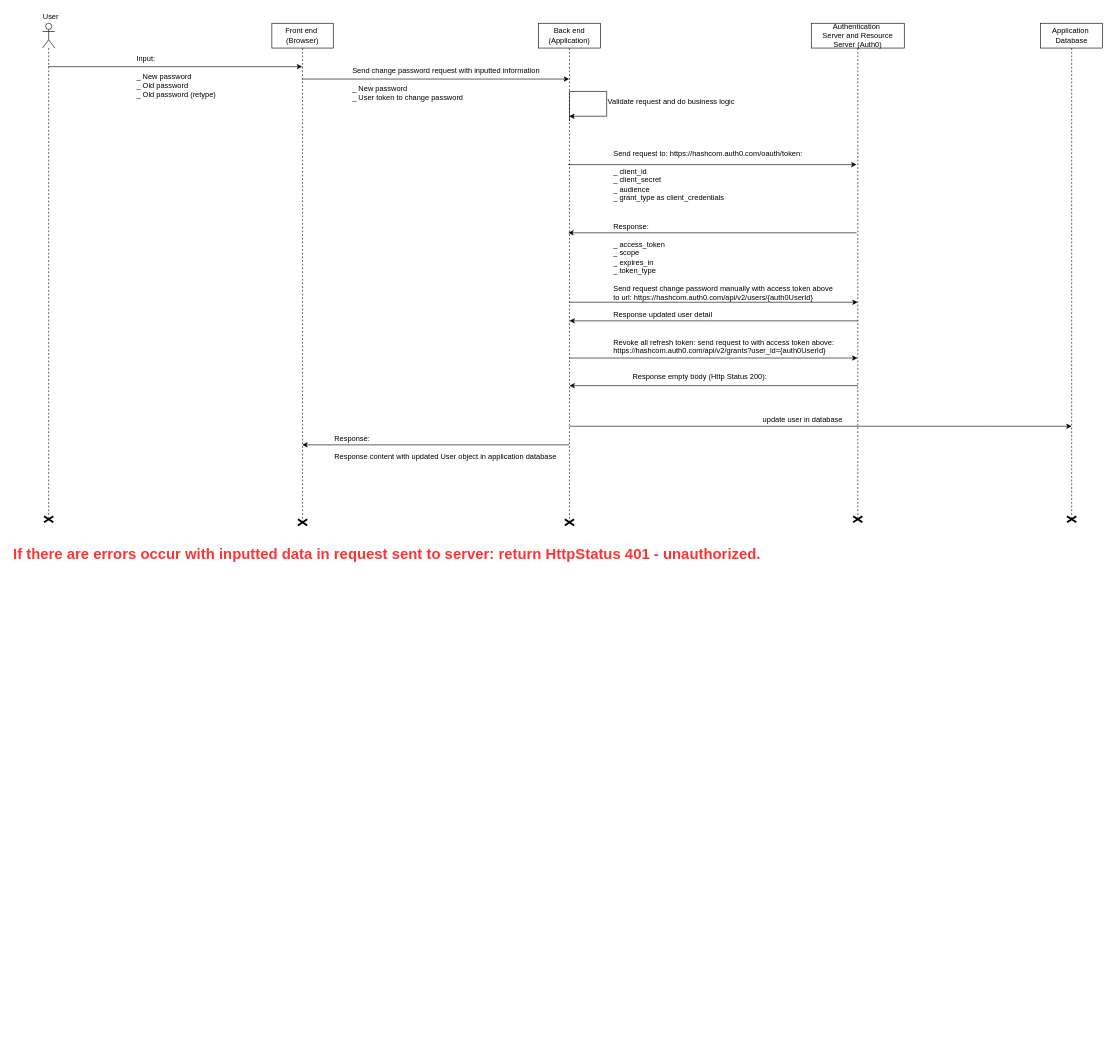
Before: change-password.drawio in quocq6hcm/HeHeHe, a draw.io diagram. Source tidied: cells renumbered, new cells numbered last; positions are measured from the earlier drawing's top-left corner, leaving out a move shared by most shapes. Both pictures are drawn from the tidied source at 62%, with x=0, y=0 at pixel (12, 11).
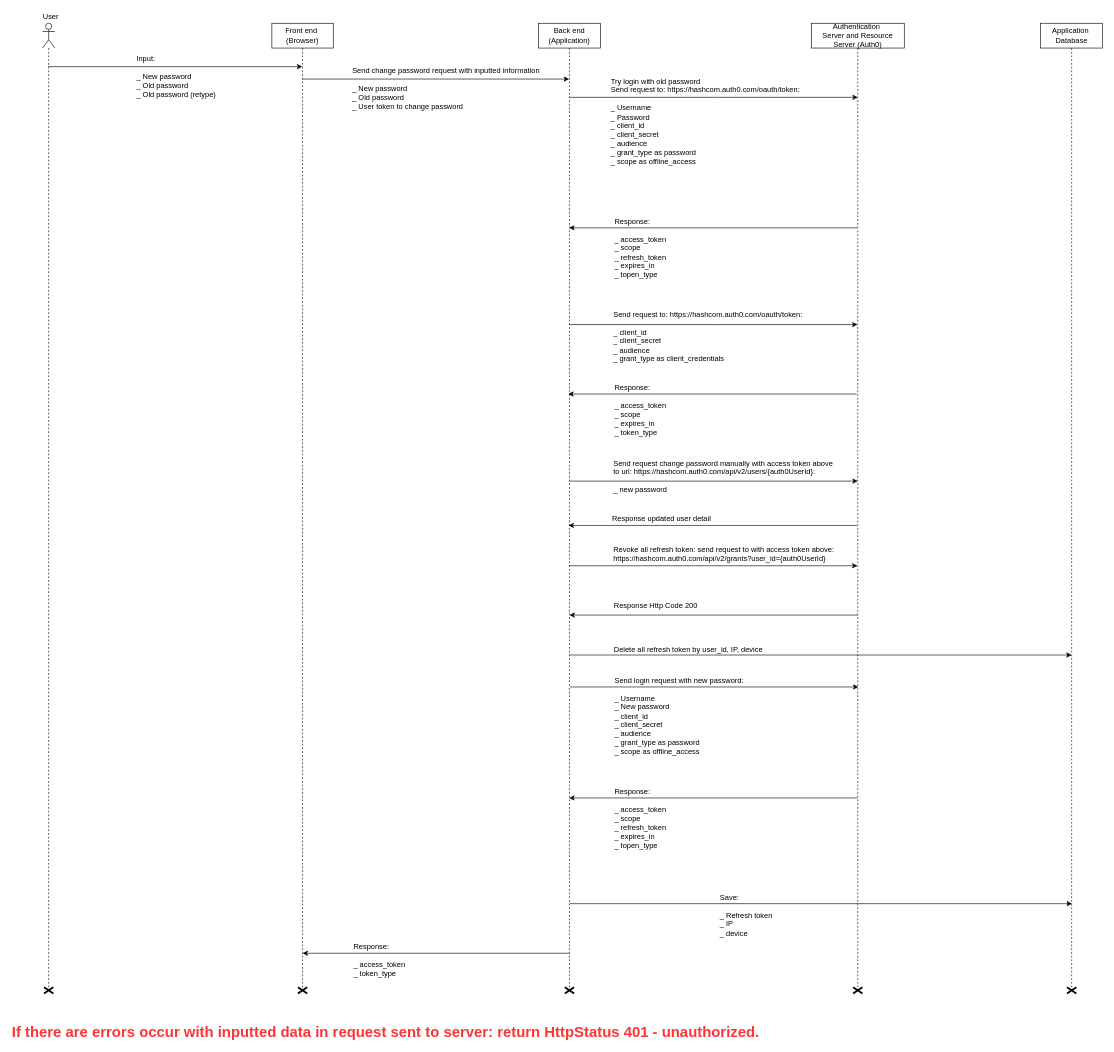
After the change.

The edit, as a diff of the source:
```diff
@@
     <mxCell id="3" value="Front end&amp;nbsp;&lt;br&gt;(Browser)&lt;br&gt;" style="shape=umlLifeline;perimeter=lifelinePerimeter;whiteSpace=wrap;html=1;outlineConnect=0;" parent="1" vertex="1">
-      <mxGeometry x="419" y="20" width="99" height="805" as="geometry" />
+      <mxGeometry x="419" y="20" width="99" height="1560" as="geometry" />
     </mxCell>
-    <mxCell id="4" style="shape=umlDestroy;whiteSpace=wrap;html=1;strokeWidth=3;" parent="3" vertex="1">
-      <mxGeometry x="42" y="800" width="15" height="10" as="geometry" />
-    </mxCell>
     <mxCell id="5" value="Authentication&amp;nbsp;&lt;br&gt;Server and Resource Server (Auth0)&lt;br&gt;" style="shape=umlLifeline;perimeter=lifelinePerimeter;whiteSpace=wrap;html=1;" parent="1" vertex="1">
-      <mxGeometry x="1289" y="20" width="150" height="800" as="geometry" />
+      <mxGeometry x="1289" y="20" width="150" height="1560" as="geometry" />
     </mxCell>
@@
-    <mxCell id="7" style="edgeStyle=orthogonalEdgeStyle;rounded=0;jettySize=auto;html=1;" parent="1" edge="1" source="9" target="3">
+    <mxCell id="7" style="edgeStyle=orthogonalEdgeStyle;rounded=0;orthogonalLoop=1;jettySize=auto;html=1;" parent="1" edge="1">
       <mxGeometry relative="1" as="geometry">
+        <mxPoint x="899" y="1520" as="sourcePoint" />
+        <mxPoint x="468.5" y="1520" as="targetPoint" />
         <Array as="points">
-          <mxPoint x="819" y="700" />
-          <mxPoint x="819" y="700" />
+          <mxPoint x="819.5" y="1520" />
+          <mxPoint x="819.5" y="1520" />
         </Array>
       </mxGeometry>
     </mxCell>
-    <mxCell id="8" style="edgeStyle=orthogonalEdgeStyle;rounded=0;orthogonalLoop=1;jettySize=auto;html=1;" parent="1" edge="1">
-      <mxGeometry relative="1" as="geometry">
-        <mxPoint x="899" y="670" as="sourcePoint" />
-        <mxPoint x="1709" y="670" as="targetPoint" />
-        <Array as="points">
-          <mxPoint x="1569.5" y="670" />
-          <mxPoint x="1569.5" y="670" />
-        </Array>
-      </mxGeometry>
-    </mxCell>
     <mxCell id="9" value="Back end&lt;br&gt;(Application)&lt;br&gt;" style="shape=umlLifeline;perimeter=lifelinePerimeter;whiteSpace=wrap;html=1;outlineConnect=0;" parent="1" vertex="1">
-      <mxGeometry x="849" y="20" width="100" height="805" as="geometry" />
+      <mxGeometry x="849" y="20" width="100" height="1560" as="geometry" />
     </mxCell>
-    <mxCell id="10" style="shape=umlDestroy;whiteSpace=wrap;html=1;strokeWidth=3;" parent="9" vertex="1">
-      <mxGeometry x="42.5" y="800" width="15" height="10" as="geometry" />
-    </mxCell>
@@
-    <mxCell id="12" value="Send change password request with inputted information&lt;br&gt;&lt;br&gt;_ New password&lt;br&gt;_ User token to change password&amp;nbsp;&lt;br&gt;" style="text;html=1;align=left;verticalAlign=top;spacingTop=-4;" parent="1" vertex="1">
-      <mxGeometry x="547" y="87" width="320" height="60" as="geometry" />
+    <mxCell id="12" value="Send change password request with inputted information&lt;br&gt;&lt;br&gt;_ New password&lt;br&gt;_ Old password&lt;br&gt;_ User token to change password&amp;nbsp;&lt;br&gt;" style="text;html=1;align=left;verticalAlign=top;spacingTop=-4;" parent="1" vertex="1">
+      <mxGeometry x="547" y="87" width="320" height="70" as="geometry" />
     </mxCell>
-    <mxCell id="13" value="Response empty body (Http Status 200):&lt;br&gt;&lt;br&gt;" style="text;html=1;align=left;verticalAlign=top;spacingTop=-4;" parent="1" vertex="1">
-      <mxGeometry x="999" y="580" width="230" height="30" as="geometry" />
+    <mxCell id="13" value="Response Http Code 200&lt;br&gt;&lt;br&gt;" style="text;html=1;align=left;verticalAlign=top;spacingTop=-4;" parent="1" vertex="1">
+      <mxGeometry x="968.5" y="950" width="150" height="30" as="geometry" />
     </mxCell>
     <mxCell id="14" style="shape=umlLifeline;participant=umlActor;perimeter=lifelinePerimeter;whiteSpace=wrap;html=1;verticalAlign=top;spacingTop=36;labelBackgroundColor=#ffffff;outlineConnect=0;" parent="1" vertex="1">
-      <mxGeometry x="49" y="20" width="20" height="800" as="geometry" />
+      <mxGeometry x="49" y="20" width="20" height="1560" as="geometry" />
     </mxCell>
@@
-    <mxCell id="16" value="Validate request and do business logic" style="text;html=1;align=left;verticalAlign=top;spacingTop=-4;" parent="1" vertex="1">
-      <mxGeometry x="959" y="137" width="220" height="20" as="geometry" />
-    </mxCell>
     <mxCell id="17" value="Application&amp;nbsp;&lt;br&gt;Database&lt;br&gt;" style="shape=umlLifeline;perimeter=lifelinePerimeter;whiteSpace=wrap;html=1;" parent="1" vertex="1">
-      <mxGeometry x="1659" y="20" width="100" height="800" as="geometry" />
+      <mxGeometry x="1659" y="20" width="100" height="1560" as="geometry" />
     </mxCell>
-    <mxCell id="18" value="update user in database&amp;nbsp;&lt;br&gt;" style="text;html=1;align=left;verticalAlign=top;spacingTop=-4;" parent="1" vertex="1">
-      <mxGeometry x="1209" y="650" width="150" height="20" as="geometry" />
-    </mxCell>
-    <mxCell id="19" value="Response:&lt;br&gt;&lt;br&gt;Response content with updated User object in application database&lt;br&gt;" style="text;html=1;align=left;verticalAlign=top;spacingTop=-4;" parent="1" vertex="1">
-      <mxGeometry x="518" y="680" width="370" height="40" as="geometry" />
-    </mxCell>
     <mxCell id="20" value="&lt;font style=&quot;font-size: 24px&quot; color=&quot;#ff3333&quot;&gt;If there are errors occur with inputted data in request sent to server: return HttpStatus 401 - unauthorized.&lt;/font&gt;&lt;br&gt;" style="text;html=1;align=left;verticalAlign=top;spacingTop=-4;fontStyle=1;" parent="1" vertex="1">
-      <mxGeometry y="860" width="1130" height="20" as="geometry" />
+      <mxGeometry x="-2.5" y="1630" width="1130" height="20" as="geometry" />
     </mxCell>
-    <mxCell id="21" style="edgeStyle=orthogonalEdgeStyle;rounded=0;jettySize=auto;html=1;" parent="1" edge="1" target="9">
-      <mxGeometry relative="1" as="geometry">
-        <mxPoint x="899" y="178" as="sourcePoint" />
-        <Array as="points">
-          <mxPoint x="899" y="130" />
-          <mxPoint x="959" y="130" />
-          <mxPoint x="959" y="170" />
-        </Array>
-      </mxGeometry>
-    </mxCell>
     <mxCell id="22" style="edgeStyle=orthogonalEdgeStyle;rounded=0;orthogonalLoop=1;jettySize=auto;html=1;" parent="1" edge="1">
       <mxGeometry relative="1" as="geometry">
-        <mxPoint x="1362" y="358" as="sourcePoint" />
-        <mxPoint x="897" y="358" as="targetPoint" />
+        <mxPoint x="1362" y="618" as="sourcePoint" />
+        <mxPoint x="897" y="618" as="targetPoint" />
         <Array as="points">
-          <mxPoint x="1117.5" y="358" />
-          <mxPoint x="1117.5" y="358" />
+          <mxPoint x="1117.5" y="618" />
+          <mxPoint x="1117.5" y="618" />
         </Array>
       </mxGeometry>
     </mxCell>
     <mxCell id="23" style="edgeStyle=orthogonalEdgeStyle;rounded=0;orthogonalLoop=1;jettySize=auto;html=1;" parent="1" edge="1">
       <mxGeometry relative="1" as="geometry">
-        <mxPoint x="897" y="248" as="sourcePoint" />
-        <mxPoint x="1362" y="248" as="targetPoint" />
+        <mxPoint x="898.5" y="506" as="sourcePoint" />
+        <mxPoint x="1363.5" y="506" as="targetPoint" />
         <Array as="points">
-          <mxPoint x="1127.5" y="248" />
-          <mxPoint x="1127.5" y="248" />
+          <mxPoint x="1129" y="506" />
+          <mxPoint x="1129" y="506" />
         </Array>
       </mxGeometry>
     </mxCell>
     <mxCell id="24" value="Send request to:&amp;nbsp;&lt;span&gt;https://hashcom.auth0.com/oauth/token:&lt;br&gt;&lt;br&gt;_&amp;nbsp;&lt;/span&gt;&lt;span&gt;client_id&lt;/span&gt;&lt;span&gt;&lt;br&gt;&lt;/span&gt;&lt;span&gt;_ client_secret&lt;br&gt;_ audience&lt;br&gt;_ grant_type as&amp;nbsp;&lt;/span&gt;&lt;span&gt;client_credentials&lt;/span&gt;&lt;br&gt;" style="text;html=1;align=left;verticalAlign=top;spacingTop=-4;" parent="1" vertex="1">
-      <mxGeometry x="967.5" y="220" width="320" height="90" as="geometry" />
+      <mxGeometry x="968" y="480" width="320" height="90" as="geometry" />
     </mxCell>
     <mxCell id="25" value="Response:&lt;br&gt;&lt;br&gt;_ access_token&lt;br&gt;_ scope&lt;br&gt;_ expires_in&lt;br&gt;_ token_type&lt;br&gt;" style="text;html=1;align=left;verticalAlign=top;spacingTop=-4;" parent="1" vertex="1">
-      <mxGeometry x="967.5" y="338" width="100" height="90" as="geometry" />
+      <mxGeometry x="969.5" y="598" width="100" height="90" as="geometry" />
     </mxCell>
     <mxCell id="26" style="edgeStyle=orthogonalEdgeStyle;rounded=0;orthogonalLoop=1;jettySize=auto;html=1;" parent="1" edge="1">
       <mxGeometry relative="1" as="geometry">
-        <mxPoint x="899" y="470" as="sourcePoint" />
-        <mxPoint x="1364" y="470" as="targetPoint" />
+        <mxPoint x="899" y="758.5" as="sourcePoint" />
+        <mxPoint x="1364" y="758.5" as="targetPoint" />
         <Array as="points">
-          <mxPoint x="1129.5" y="470" />
-          <mxPoint x="1129.5" y="470" />
+          <mxPoint x="1129.5" y="758.5" />
+          <mxPoint x="1129.5" y="758.5" />
         </Array>
       </mxGeometry>
     </mxCell>
-    <mxCell id="27" value="Send request change password manually with access token above&lt;br&gt;to url:&amp;nbsp;https://hashcom.auth0.com/api/v2/users/{auth0UserId}&lt;br&gt;" style="text;html=1;align=left;verticalAlign=top;spacingTop=-4;" parent="1" vertex="1">
-      <mxGeometry x="967.5" y="439" width="370" height="30" as="geometry" />
+    <mxCell id="27" value="Send request change password manually with access token above&lt;br&gt;to url:&amp;nbsp;https://hashcom.auth0.com/api/v2/users/{auth0UserId}:&lt;br&gt;&lt;br&gt;_ new password&lt;br&gt;" style="text;html=1;align=left;verticalAlign=top;spacingTop=-4;" parent="1" vertex="1">
+      <mxGeometry x="967.5" y="720" width="370" height="60" as="geometry" />
     </mxCell>
     <mxCell id="28" style="edgeStyle=orthogonalEdgeStyle;rounded=0;orthogonalLoop=1;jettySize=auto;html=1;" parent="1" edge="1">
       <mxGeometry relative="1" as="geometry">
-        <mxPoint x="1364" y="500" as="sourcePoint" />
-        <mxPoint x="899" y="500" as="targetPoint" />
+        <mxPoint x="1362.5" y="830" as="sourcePoint" />
+        <mxPoint x="897.5" y="830" as="targetPoint" />
         <Array as="points">
-          <mxPoint x="1119.5" y="500" />
-          <mxPoint x="1119.5" y="500" />
+          <mxPoint x="1118" y="830" />
+          <mxPoint x="1118" y="830" />
         </Array>
       </mxGeometry>
     </mxCell>
     <mxCell id="29" value="Response updated user detail" style="text;html=1;align=left;verticalAlign=top;spacingTop=-4;" parent="1" vertex="1">
-      <mxGeometry x="967.5" y="480" width="170" height="20" as="geometry" />
+      <mxGeometry x="966" y="810" width="170" height="20" as="geometry" />
     </mxCell>
     <mxCell id="30" style="edgeStyle=orthogonalEdgeStyle;rounded=0;orthogonalLoop=1;jettySize=auto;html=1;" parent="1" edge="1">
       <mxGeometry relative="1" as="geometry">
-        <mxPoint x="898.5" y="560" as="sourcePoint" />
-        <mxPoint x="1363.5" y="560" as="targetPoint" />
+        <mxPoint x="898.5" y="895" as="sourcePoint" />
+        <mxPoint x="1363.5" y="895" as="targetPoint" />
         <Array as="points">
-          <mxPoint x="1129" y="560" />
-          <mxPoint x="1129" y="560" />
+          <mxPoint x="1129" y="895" />
+          <mxPoint x="1129" y="895" />
         </Array>
       </mxGeometry>
     </mxCell>
     <mxCell id="31" style="edgeStyle=orthogonalEdgeStyle;rounded=0;orthogonalLoop=1;jettySize=auto;html=1;" parent="1" edge="1">
       <mxGeometry relative="1" as="geometry">
-        <mxPoint x="1364" y="604.5" as="sourcePoint" />
-        <mxPoint x="899" y="604.5" as="targetPoint" />
+        <mxPoint x="1364" y="974.5" as="sourcePoint" />
+        <mxPoint x="899" y="974.5" as="targetPoint" />
         <Array as="points">
-          <mxPoint x="1119.5" y="604.5" />
-          <mxPoint x="1119.5" y="604.5" />
+          <mxPoint x="1119.5" y="974.5" />
+          <mxPoint x="1119.5" y="974.5" />
         </Array>
       </mxGeometry>
     </mxCell>
     <mxCell id="32" value="Revoke all refresh token: send request to with access token above:&lt;br&gt;&lt;span&gt;https://hashcom.auth0.com/api/v2/grants?user_id={auth0UserId}&lt;/span&gt;&lt;br&gt;" style="text;html=1;align=left;verticalAlign=top;spacingTop=-4;" parent="1" vertex="1">
-      <mxGeometry x="967.5" y="525" width="370" height="30" as="geometry" />
+      <mxGeometry x="967.5" y="860" width="370" height="30" as="geometry" />
     </mxCell>
+    <mxCell id="36" style="edgeStyle=orthogonalEdgeStyle;rounded=0;orthogonalLoop=1;jettySize=auto;html=1;" parent="1" edge="1">
+      <mxGeometry relative="1" as="geometry">
+        <mxPoint x="900" y="1090.5" as="sourcePoint" />
+        <mxPoint x="1365" y="1090.5" as="targetPoint" />
+        <Array as="points">
+          <mxPoint x="1130.5" y="1090" />
+          <mxPoint x="1130.5" y="1090" />
+        </Array>
+      </mxGeometry>
+    </mxCell>
+    <mxCell id="37" value="Send login request with new password:&lt;br&gt;&lt;br&gt;_ Username&lt;br&gt;_ New password&lt;br&gt;_&amp;nbsp;client_id&lt;br&gt;_ client_secret&lt;br&gt;_ audience&lt;br&gt;_ grant_type as password&lt;br&gt;_ scope as&amp;nbsp;offline_access&lt;br&gt;&lt;br&gt;" style="text;html=1;align=left;verticalAlign=top;spacingTop=-4;" parent="1" vertex="1">
+      <mxGeometry x="969.5" y="1070" width="220" height="140" as="geometry" />
+    </mxCell>
+    <mxCell id="38" style="edgeStyle=orthogonalEdgeStyle;rounded=0;orthogonalLoop=1;jettySize=auto;html=1;" parent="1" edge="1">
+      <mxGeometry relative="1" as="geometry">
+        <mxPoint x="1363.5" y="1269.5" as="sourcePoint" />
+        <mxPoint x="898.5" y="1269.5" as="targetPoint" />
+        <Array as="points">
+          <mxPoint x="1118.5" y="1269.5" />
+          <mxPoint x="1118.5" y="1269.5" />
+        </Array>
+      </mxGeometry>
+    </mxCell>
+    <mxCell id="4" style="shape=umlDestroy;whiteSpace=wrap;html=1;strokeWidth=3;" parent="1" vertex="1">
+      <mxGeometry x="461" y="1575" width="15" height="10" as="geometry" />
+    </mxCell>
+    <mxCell id="10" style="shape=umlDestroy;whiteSpace=wrap;html=1;strokeWidth=3;" parent="1" vertex="1">
+      <mxGeometry x="891.5" y="1575" width="15" height="10" as="geometry" />
+    </mxCell>
+    <mxCell id="34" style="shape=umlDestroy;whiteSpace=wrap;html=1;strokeWidth=3;" parent="1" vertex="1">
+      <mxGeometry x="51.5" y="1575" width="15" height="10" as="geometry" />
+    </mxCell>
     <mxCell id="33" style="shape=umlDestroy;whiteSpace=wrap;html=1;strokeWidth=3;" parent="1" vertex="1">
-      <mxGeometry x="1356.5" y="815" width="15" height="10" as="geometry" />
+      <mxGeometry x="1356.5" y="1575" width="15" height="10" as="geometry" />
     </mxCell>
-    <mxCell id="34" style="shape=umlDestroy;whiteSpace=wrap;html=1;strokeWidth=3;" parent="1" vertex="1">
-      <mxGeometry x="51.5" y="815" width="15" height="10" as="geometry" />
-    </mxCell>
     <mxCell id="35" style="shape=umlDestroy;whiteSpace=wrap;html=1;strokeWidth=3;" parent="1" vertex="1">
-      <mxGeometry x="1701.5" y="815" width="15" height="10" as="geometry" />
+      <mxGeometry x="1701.5" y="1575" width="15" height="10" as="geometry" />
     </mxCell>
+    <mxCell id="39" value="Response:&lt;br&gt;&lt;br&gt;_ access_token&lt;br&gt;_ scope&lt;br&gt;_ refresh_token&lt;br&gt;_ expires_in&lt;br&gt;_ topen_type&lt;br&gt;" style="text;html=1;align=left;verticalAlign=top;spacingTop=-4;" parent="1" vertex="1">
+      <mxGeometry x="970" y="1250" width="100" height="100" as="geometry" />
+    </mxCell>
+    <mxCell id="40" value="Response:&lt;br&gt;&lt;br&gt;_ access_token&lt;br&gt;_ token_type&lt;br&gt;" style="text;html=1;align=left;verticalAlign=top;spacingTop=-4;" parent="1" vertex="1">
+      <mxGeometry x="549" y="1500" width="100" height="60" as="geometry" />
+    </mxCell>
+    <mxCell id="41" style="edgeStyle=orthogonalEdgeStyle;rounded=0;orthogonalLoop=1;jettySize=auto;html=1;" parent="1" edge="1">
+      <mxGeometry relative="1" as="geometry">
+        <mxPoint x="899.5" y="1440" as="sourcePoint" />
+        <mxPoint x="1709.5" y="1440" as="targetPoint" />
+        <Array as="points">
+          <mxPoint x="1060" y="1440" />
+          <mxPoint x="1060" y="1440" />
+        </Array>
+      </mxGeometry>
+    </mxCell>
+    <mxCell id="42" value="Save:&lt;br&gt;&lt;br&gt;_ Refresh token&amp;nbsp;&lt;br&gt;_ IP&lt;br&gt;_ device&lt;br&gt;" style="text;html=1;align=left;verticalAlign=top;spacingTop=-4;" parent="1" vertex="1">
+      <mxGeometry x="1139.5" y="1420" width="100" height="70" as="geometry" />
+    </mxCell>
+    <mxCell id="43" style="edgeStyle=orthogonalEdgeStyle;rounded=0;orthogonalLoop=1;jettySize=auto;html=1;" parent="1" edge="1">
+      <mxGeometry relative="1" as="geometry">
+        <mxPoint x="899" y="139.5" as="sourcePoint" />
+        <mxPoint x="1364" y="139.5" as="targetPoint" />
+        <Array as="points">
+          <mxPoint x="1129" y="139.5" />
+          <mxPoint x="1129" y="139.5" />
+        </Array>
+      </mxGeometry>
+    </mxCell>
+    <mxCell id="44" value="Try login with old password&lt;br&gt;Send request to:&amp;nbsp;https://hashcom.auth0.com/oauth/token:&lt;br&gt;&lt;br&gt;_ Username&lt;br&gt;_ Password&lt;br&gt;_&amp;nbsp;client_id&lt;br&gt;_ client_secret&lt;br&gt;_ audience&lt;br&gt;_ grant_type as password&lt;br&gt;_ scope as&amp;nbsp;offline_access" style="text;html=1;" parent="1" vertex="1">
+      <mxGeometry x="963.5" y="100" width="311" height="128" as="geometry" />
+    </mxCell>
+    <mxCell id="45" style="edgeStyle=orthogonalEdgeStyle;rounded=0;orthogonalLoop=1;jettySize=auto;html=1;" parent="1" edge="1">
+      <mxGeometry relative="1" as="geometry">
+        <mxPoint x="1363.5" y="350" as="sourcePoint" />
+        <mxPoint x="898.5" y="350" as="targetPoint" />
+        <Array as="points">
+          <mxPoint x="1118" y="349.5" />
+          <mxPoint x="1118" y="349.5" />
+        </Array>
+      </mxGeometry>
+    </mxCell>
+    <mxCell id="46" value="Response:&lt;br&gt;&lt;br&gt;_ access_token&lt;br&gt;_ scope&lt;br&gt;_ refresh_token&lt;br&gt;_ expires_in&lt;br&gt;_ topen_type&lt;br&gt;" style="text;html=1;align=left;verticalAlign=top;spacingTop=-4;" parent="1" vertex="1">
+      <mxGeometry x="969.5" y="330" width="100" height="100" as="geometry" />
+    </mxCell>
+    <mxCell id="47" style="edgeStyle=orthogonalEdgeStyle;rounded=0;orthogonalLoop=1;jettySize=auto;html=1;" parent="1" edge="1">
+      <mxGeometry relative="1" as="geometry">
+        <mxPoint x="899" y="1039" as="sourcePoint" />
+        <mxPoint x="1709" y="1039" as="targetPoint" />
+        <Array as="points">
+          <mxPoint x="1058.5" y="1038.5" />
+          <mxPoint x="1058.5" y="1038.5" />
+        </Array>
+      </mxGeometry>
+    </mxCell>
+    <mxCell id="48" value="Delete all refresh token by user_id, IP, device" style="text;html=1;align=left;verticalAlign=top;spacingTop=-4;" parent="1" vertex="1">
+      <mxGeometry x="968.5" y="1020" width="260" height="20" as="geometry" />
+    </mxCell>
```
